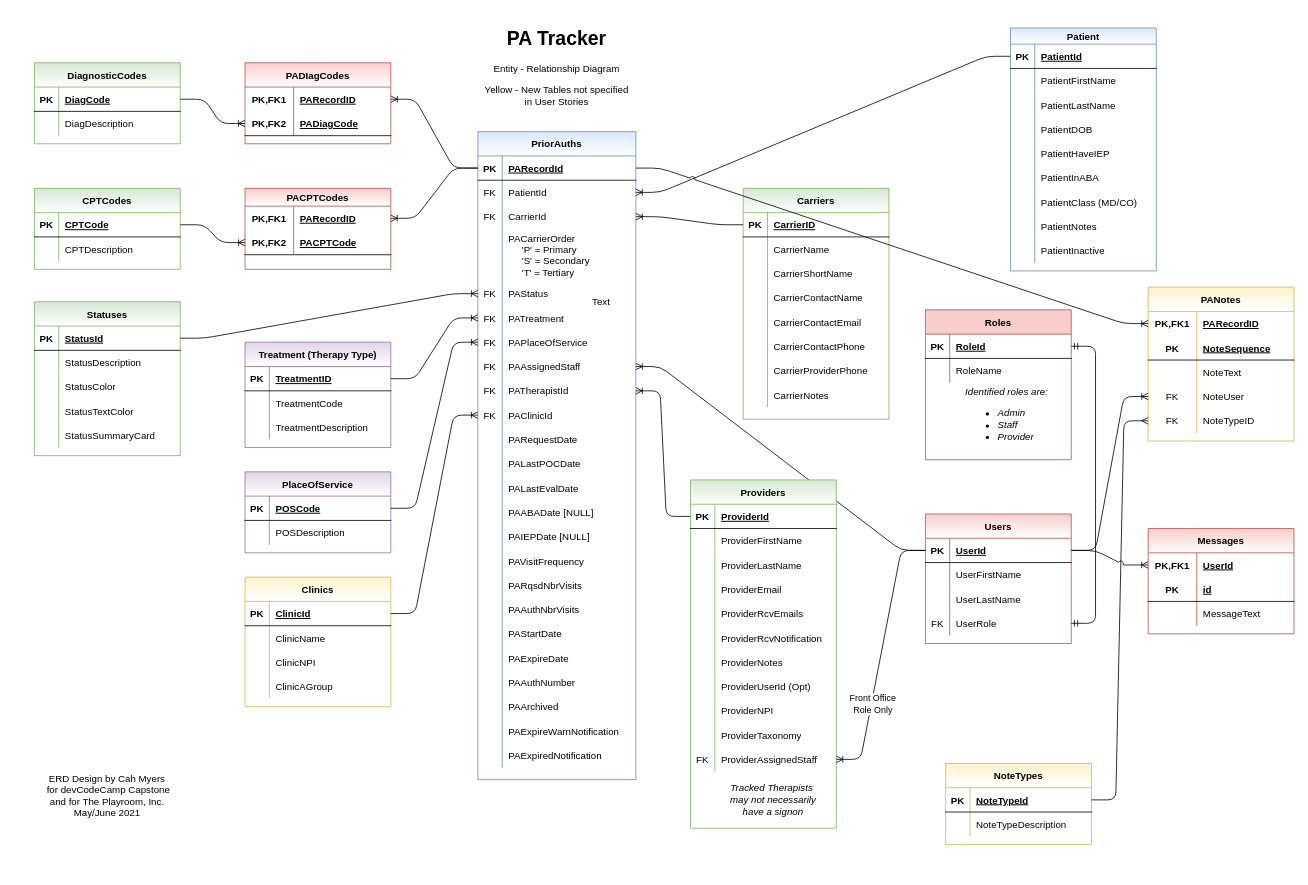
Earlier version of the draw.io diagram PA_Tracker_Db.drawio (cashmy/PA_Backend). Source tidied: cells renumbered, new cells numbered last; positions are measured from the earlier drawing's top-left corner, leaving out a move shared by most shapes. Both pictures are drawn from the tidied source at 81%, with x=0, y=0 at pixel (14, 22).
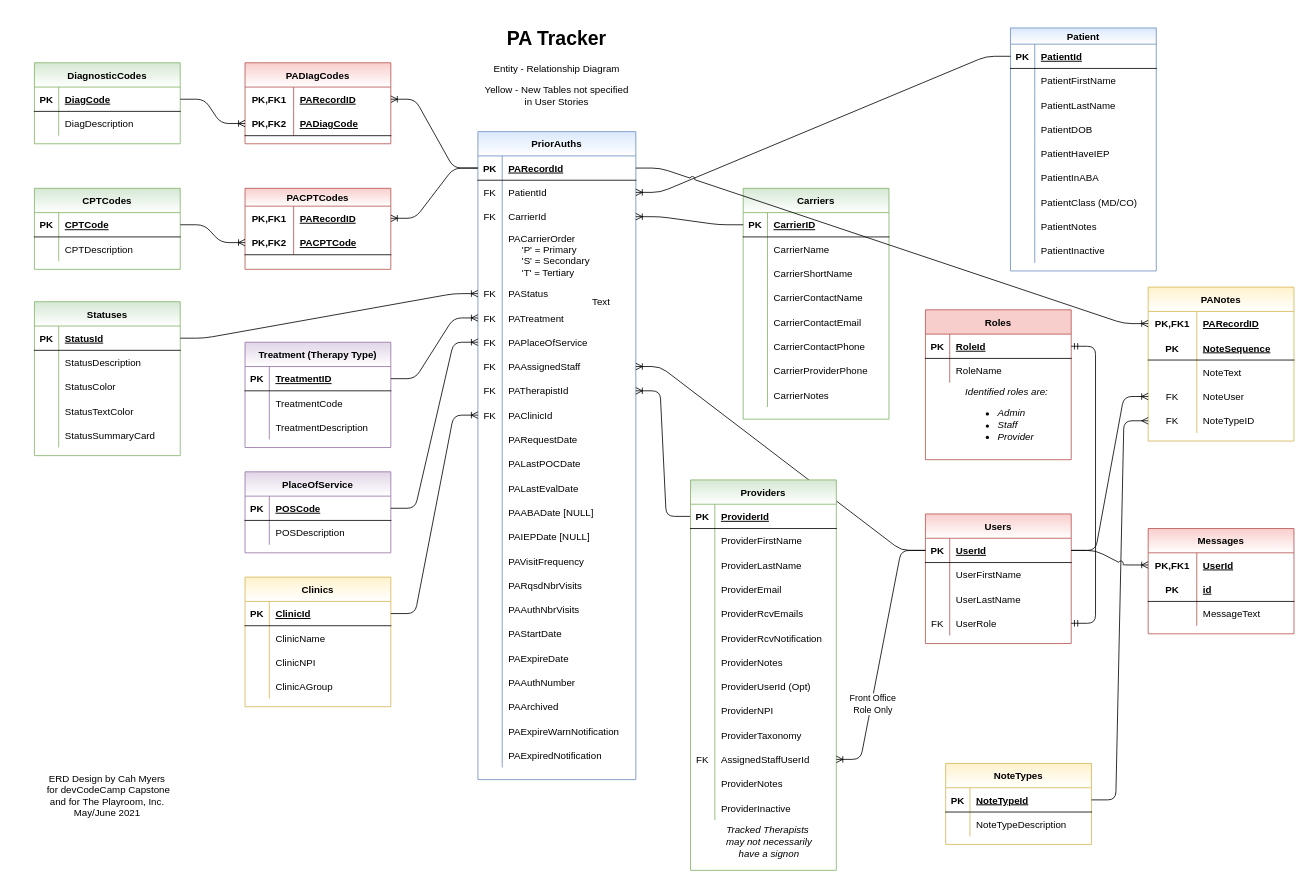
The same diagram, later.

Commit message:
Added fields to Provider

Unchanged cells that the change refers to:
```xml
<mxCell id="267" style="shape=partialRectangle;fillColor=none;top=0;left=0;bottom=0;right=0;points=[[0,0.5],[1,0.5]];portConstraint=eastwest;" parent="236" vertex="1">
  <mxGeometry y="330" width="180" height="30" as="geometry" />
</mxCell>
```

What changed in the source:
```diff
@@
     <mxCell id="236" value="Providers" style="shape=table;startSize=30;childLayout=tableLayout;rowLines=0;fontStyle=1;align=center;fillColor=#d5e8d4;strokeColor=#82b366;gradientColor=#ffffff;" parent="1" vertex="1">
-      <mxGeometry x="835" y="565" width="180" height="430" as="geometry" />
+      <mxGeometry x="835" y="565" width="180" height="482" as="geometry" />
     </mxCell>
@@
-    <mxCell id="269" value="ProviderAssignedStaff" style="shape=partialRectangle;fillColor=none;top=0;left=0;bottom=0;right=0;align=left;spacingLeft=6;overflow=hidden;" parent="267" vertex="1">
+    <mxCell id="269" value="AssignedStaffUserId" style="shape=partialRectangle;fillColor=none;top=0;left=0;bottom=0;right=0;align=left;spacingLeft=6;overflow=hidden;" parent="267" vertex="1">
       <mxGeometry x="30" width="150" height="30" as="geometry" />
     </mxCell>
+    <mxCell id="314" style="shape=partialRectangle;fillColor=none;top=0;left=0;bottom=0;right=0;" parent="236" vertex="1">
+      <mxGeometry y="360" width="180" height="30" as="geometry" />
+    </mxCell>
+    <mxCell id="315" style="shape=partialRectangle;fillColor=none;top=0;left=0;bottom=0;right=0;overflow=hidden;" parent="314" vertex="1">
+      <mxGeometry width="30" height="30" as="geometry" />
+    </mxCell>
+    <mxCell id="316" value="ProviderNotes" style="shape=partialRectangle;fillColor=none;top=0;left=0;bottom=0;right=0;align=left;spacingLeft=6;overflow=hidden;" parent="314" vertex="1">
+      <mxGeometry x="30" width="150" height="30" as="geometry" />
+    </mxCell>
+    <mxCell id="317" style="shape=partialRectangle;fillColor=none;top=0;left=0;bottom=0;right=0;" parent="236" vertex="1">
+      <mxGeometry y="390" width="180" height="30" as="geometry" />
+    </mxCell>
+    <mxCell id="318" style="shape=partialRectangle;fillColor=none;top=0;left=0;bottom=0;right=0;overflow=hidden;" parent="317" vertex="1">
+      <mxGeometry width="30" height="30" as="geometry" />
+    </mxCell>
+    <mxCell id="319" value="ProviderInactive" style="shape=partialRectangle;fillColor=none;top=0;left=0;bottom=0;right=0;align=left;spacingLeft=6;overflow=hidden;" parent="317" vertex="1">
+      <mxGeometry x="30" width="150" height="30" as="geometry" />
+    </mxCell>
     <mxCell id="270" value="&lt;i&gt;Tracked Therapists&lt;br&gt;&amp;nbsp;may not necessarily&lt;br&gt;&amp;nbsp;have a signon&lt;/i&gt;" style="text;html=1;align=center;verticalAlign=middle;strokeColor=none;" parent="1" vertex="1">
-      <mxGeometry x="875" y="935" width="120" height="50" as="geometry" />
+      <mxGeometry x="870" y="987" width="120" height="50" as="geometry" />
     </mxCell>
```
